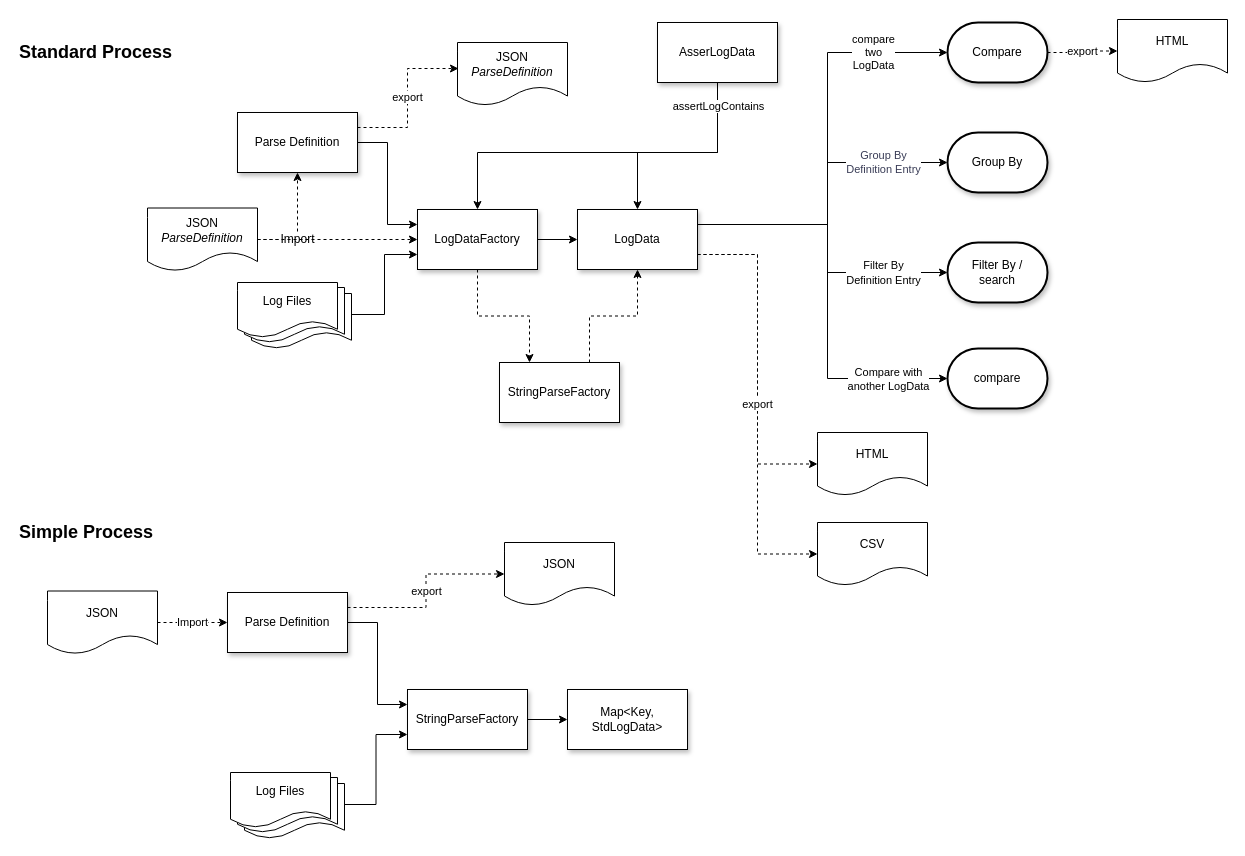
The draw.io diagram page "Processes" (2 of 3) of diagrams/Log_Parser.drawio in adobe/log-parser, before the edit. Source tidied: cells renumbered, new cells numbered last; positions are measured from the earlier drawing's top-left corner, leaving out a move shared by most shapes. Both pictures are drawn from the tidied source at 100%, with x=0, y=0 at pixel (17, 19).
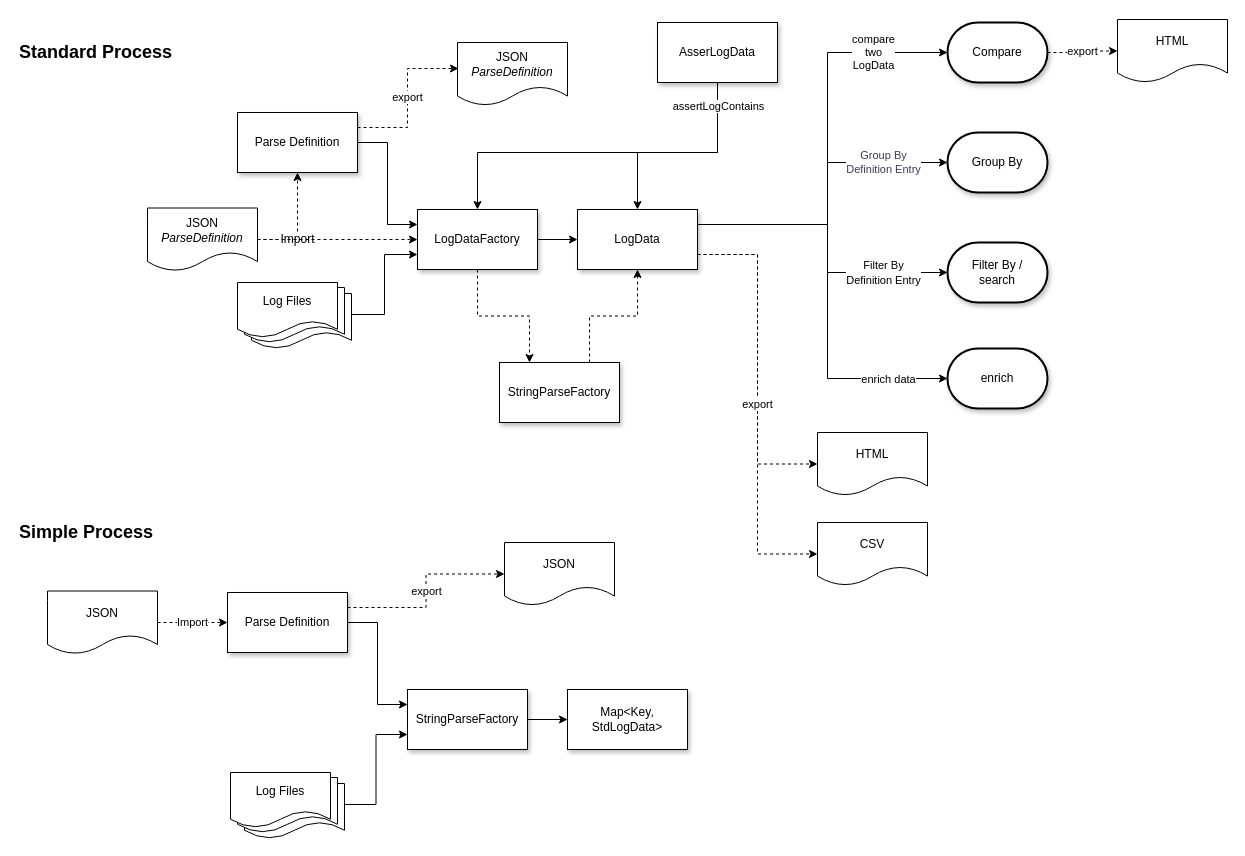
Above is the later version.

Commit message (it also covers changes not shown here):
154 provide an enrich functionality (#158)

Unchanged cells that the change refers to:
```xml
<mxCell id="14" style="edgeStyle=orthogonalEdgeStyle;rounded=0;jettySize=auto;html=1;exitX=1;exitY=0.25;exitDx=0;exitDy=0;entryX=0;entryY=0.5;entryDx=0;entryDy=0;entryPerimeter=0;" parent="1" edge="1" source="16" target="56">
  <mxGeometry relative="1" as="geometry">
    <Array as="points">
      <mxPoint x="810" y="205" />
      <mxPoint x="810" y="359" />
    </Array>
  </mxGeometry>
</mxCell>
```

What changed in the source:
```diff
@@
-    <mxCell id="15" value="Compare with &lt;br&gt;another LogData" style="edgeLabel;html=1;align=center;verticalAlign=middle;" parent="14" vertex="1">
+    <mxCell id="15" value="enrich data" style="edgeLabel;html=1;align=center;verticalAlign=middle;" parent="14" vertex="1">
       <mxGeometry x="0.58" y="4" relative="1" as="geometry">
         <mxPoint x="25" y="4" as="offset" />
       </mxGeometry>
     </mxCell>
@@
-    <mxCell id="56" value="compare" style="strokeWidth=2;html=1;shape=mxgraph.flowchart.terminator;whiteSpace=wrap;shadow=1;labelBackgroundColor=#FFFFFF;" parent="1" vertex="1">
+    <mxCell id="56" value="enrich" style="strokeWidth=2;html=1;shape=mxgraph.flowchart.terminator;whiteSpace=wrap;shadow=1;labelBackgroundColor=#FFFFFF;" parent="1" vertex="1">
       <mxGeometry x="930" y="329" width="100" height="60" as="geometry" />
     </mxCell>
```
